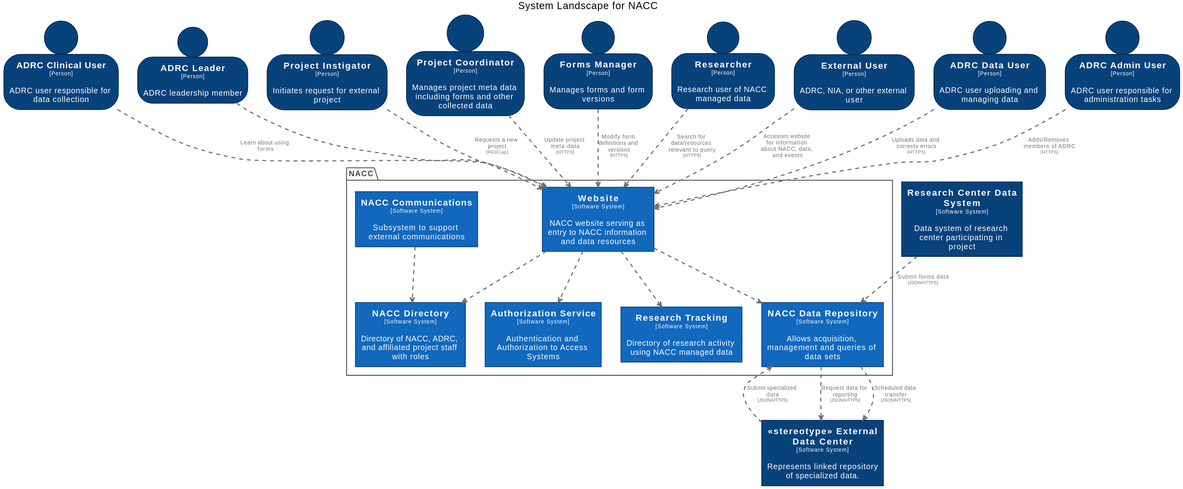
Before: docs/images/structurizr-GeneralizedSystemLandscape.svg, a diagram exported from PlantUML (naccdata/system-design).
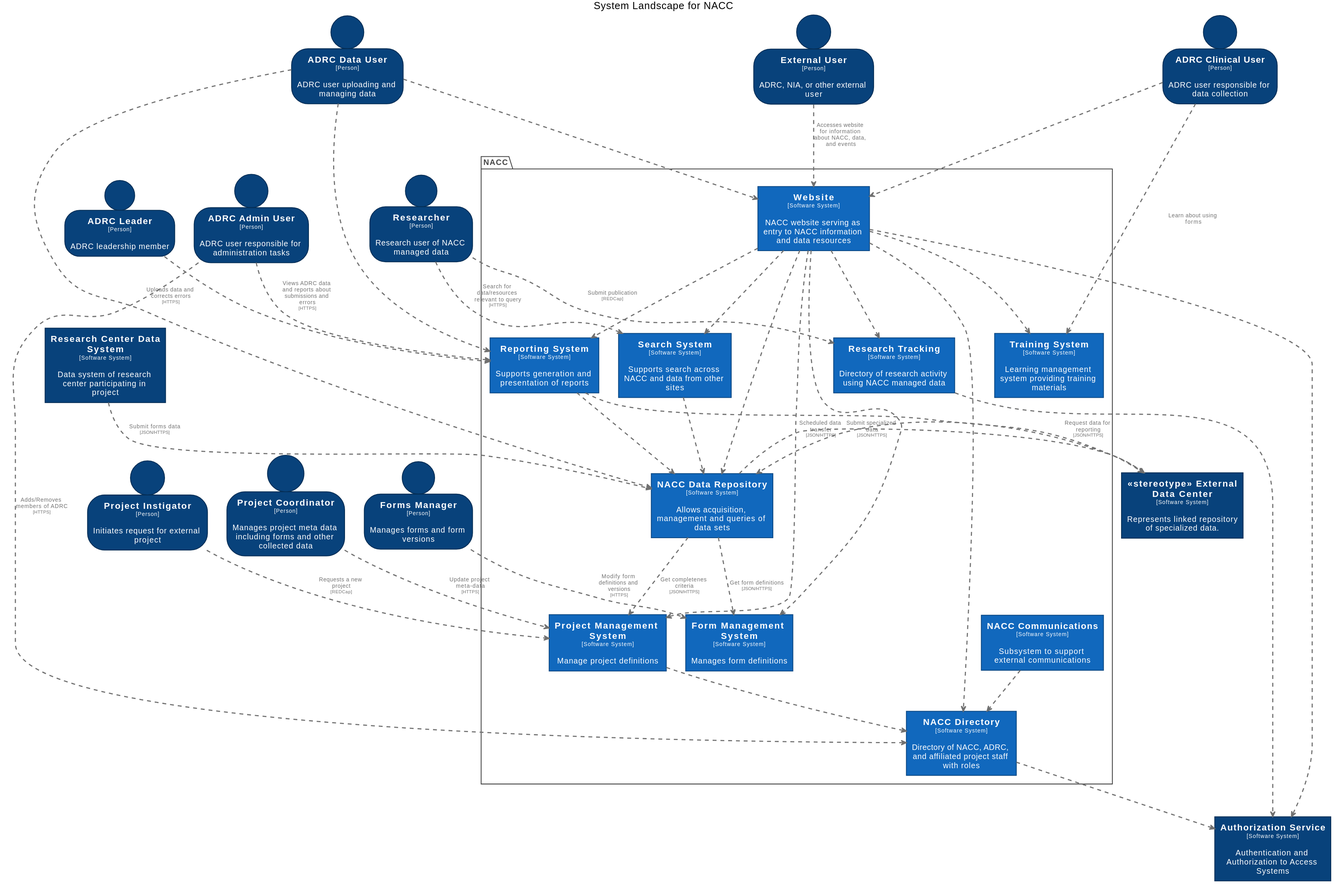
After the change.

What changed in the source:
```diff
@@ -39,14 +39,19 @@
   BorderColor #052e56
 }
 skinparam rectangle<<AuthorizationService>> {
-  BackgroundColor #1168bd
+  BackgroundColor #08427b
   FontColor #ffffff
-  BorderColor #0b4884
+  BorderColor #052e56
 }
 skinparam person<<ExternalUser>> {
   BackgroundColor #08427b
   FontColor #ffffff
   BorderColor #052e56
+}
+skinparam rectangle<<FormManagementSystem>> {
+  BackgroundColor #1168bd
+  FontColor #ffffff
+  BorderColor #0b4884
 }
 skinparam person<<FormsManager>> {
   BackgroundColor #08427b
@@ -78,6 +83,16 @@
   FontColor #ffffff
   BorderColor #052e56
 }
+skinparam rectangle<<ProjectManagementSystem>> {
+  BackgroundColor #1168bd
+  FontColor #ffffff
+  BorderColor #0b4884
+}
+skinparam rectangle<<ReportingSystem>> {
+  BackgroundColor #1168bd
+  FontColor #ffffff
+  BorderColor #0b4884
+}
 skinparam rectangle<<ResearchCenterDataSystem>> {
   BackgroundColor #08427b
   FontColor #ffffff
@@ -93,6 +108,16 @@
   FontColor #ffffff
   BorderColor #052e56
 }
+skinparam rectangle<<SearchSystem>> {
+  BackgroundColor #1168bd
+  FontColor #ffffff
+  BorderColor #0b4884
+}
+skinparam rectangle<<TrainingSystem>> {
+  BackgroundColor #1168bd
+  FontColor #ffffff
+  BorderColor #0b4884
+}
 skinparam rectangle<<Website>> {
   BackgroundColor #1168bd
   FontColor #ffffff
@@ -103,14 +128,22 @@
   skinparam PackageBorderColor<<enterprise>> #444444
   skinparam PackageFontColor<<enterprise>> #444444
 
-  rectangle "==Authorization Service\n<size:10>[Software System]</size>\n\nAuthentication and Authorization to Access Systems" <<AuthorizationService>> as AuthorizationService
+  rectangle "==Project Management System\n<size:10>[Software System]</size>\n\nManage project definitions" <<ProjectManagementSystem>> as ProjectManagementSystem
   rectangle "==NACC Data Repository\n<size:10>[Software System]</size>\n\nAllows acquisition, management and queries of data sets" <<NACCDataRepository>> as NACCDataRepository
   rectangle "==NACC Directory\n<size:10>[Software System]</size>\n\nDirectory of NACC, ADRC, and affiliated project staff with roles" <<NACCDirectory>> as NACCDirectory
+  rectangle "==Search System\n<size:10>[Software System]</size>\n\nSupports search across NACC and data from other sites" <<SearchSystem>> as SearchSystem
+  rectangle "==Form Management System\n<size:10>[Software System]</size>\n\nManages form definitions" <<FormManagementSystem>> as FormManagementSystem
+  rectangle "==Reporting System\n<size:10>[Software System]</size>\n\nSupports generation and presentation of reports" <<ReportingSystem>> as ReportingSystem
   rectangle "==NACC Communications\n<size:10>[Software System]</size>\n\nSubsystem to support external communications" <<NACCCommunications>> as NACCCommunications
   rectangle "==Research Tracking\n<size:10>[Software System]</size>\n\nDirectory of research activity using NACC managed data" <<ResearchTracking>> as ResearchTracking
+  rectangle "==Training System\n<size:10>[Software System]</size>\n\nLearning management system providing training materials" <<TrainingSystem>> as TrainingSystem
   rectangle "==Website\n<size:10>[Software System]</size>\n\nNACC website serving as entry to NACC information and data resources" <<Website>> as Website
 }
 
+rectangle "==Authorization Service\n<size:10>[Software System]</size>\n\nAuthentication and Authorization to Access Systems" <<AuthorizationService>> as AuthorizationService
+person "==External User\n<size:10>[Person]</size>\n\nADRC, NIA, or other external user" <<ExternalUser>> as ExternalUser
+person "==ADRC Data User\n<size:10>[Person]</size>\n\nADRC user uploading and managing data" <<ADRCDataUser>> as ADRCDataUser
+person "==ADRC Admin User\n<size:10>[Person]</size>\n\nADRC user responsible for administration tasks" <<ADRCAdminUser>> as ADRCAdminUser
 person "==ADRC Clinical User\n<size:10>[Person]</size>\n\nADRC user responsible for data collection" <<ADRCClinicalUser>> as ADRCClinicalUser
 person "==ADRC Leader\n<size:10>[Person]</size>\n\nADRC leadership member" <<ADRCLeader>> as ADRCLeader
 person "==Project Instigator\n<size:10>[Person]</size>\n\nInitiates request for external project" <<ProjectInstigator>> as ProjectInstigator
@@ -119,26 +152,40 @@
 person "==Researcher\n<size:10>[Person]</size>\n\nResearch user of NACC managed data" <<Researcher>> as Researcher
 rectangle "==<<stereotype>> External Data Center\n<size:10>[Software System]</size>\n\nRepresents linked repository of specialized data." <<stereotypeExternalDataCenter>> as stereotypeExternalDataCenter
 rectangle "==Research Center Data System\n<size:10>[Software System]</size>\n\nData system of research center participating in project" <<ResearchCenterDataSystem>> as ResearchCenterDataSystem
-person "==External User\n<size:10>[Person]</size>\n\nADRC, NIA, or other external user" <<ExternalUser>> as ExternalUser
-person "==ADRC Data User\n<size:10>[Person]</size>\n\nADRC user uploading and managing data" <<ADRCDataUser>> as ADRCDataUser
-person "==ADRC Admin User\n<size:10>[Person]</size>\n\nADRC user responsible for administration tasks" <<ADRCAdminUser>> as ADRCAdminUser
 
-ADRCClinicalUser .[#707070,thickness=2].> Website : "<color:#707070>Learn about using forms"
-ADRCLeader .[#707070,thickness=2].> Website : "<color:#707070>"
-ProjectInstigator .[#707070,thickness=2].> Website : "<color:#707070>Requests a new project\n<color:#707070><size:8>[REDCap]</size>"
-ProjectCoordinator .[#707070,thickness=2].> Website : "<color:#707070>Update project meta-data\n<color:#707070><size:8>[HTTPS]</size>"
-FormsManager .[#707070,thickness=2].> Website : "<color:#707070>Modify form definitions and versions\n<color:#707070><size:8>[HTTPS]</size>"
-Researcher .[#707070,thickness=2].> Website : "<color:#707070>Search for data/resources relevant to query\n<color:#707070><size:8>[HTTPS]</size>"
+Website .[#707070,thickness=2].> ResearchTracking : "<color:#707070>"
+Website .[#707070,thickness=2].> ReportingSystem : "<color:#707070>"
+Website .[#707070,thickness=2].> SearchSystem : "<color:#707070>"
+Website .[#707070,thickness=2].> NACCDataRepository : "<color:#707070>"
+Website .[#707070,thickness=2].> ProjectManagementSystem : "<color:#707070>"
+Website .[#707070,thickness=2].> FormManagementSystem : "<color:#707070>"
+Website .[#707070,thickness=2].> NACCDirectory : "<color:#707070>"
+ExternalUser .[#707070,thickness=2].> Website : "<color:#707070>Accesses website for information about NACC, data, and events"
+ADRCDataUser .[#707070,thickness=2].> NACCDataRepository : "<color:#707070>Uploads data and corrects errors\n<color:#707070><size:8>[HTTPS]</size>"
+ADRCDataUser .[#707070,thickness=2].> Website : "<color:#707070>"
+ADRCDataUser .[#707070,thickness=2].> ReportingSystem : "<color:#707070>"
+ADRCAdminUser .[#707070,thickness=2].> NACCDirectory : "<color:#707070>Adds/Removes members of ADRC\n<color:#707070><size:8>[HTTPS]</size>"
+ADRCAdminUser .[#707070,thickness=2].> ReportingSystem : "<color:#707070>Views ADRC data and reports about submissions and errors\n<color:#707070><size:8>[HTTPS]</size>"
+ProjectManagementSystem .[#707070,thickness=2].> NACCDirectory : "<color:#707070>"
+ADRCClinicalUser .[#707070,thickness=2].> TrainingSystem : "<color:#707070>Learn about using forms"
+ADRCClinicalUser .[#707070,thickness=2].> Website : "<color:#707070>"
+ADRCLeader .[#707070,thickness=2].> ReportingSystem : "<color:#707070>"
+ProjectInstigator .[#707070,thickness=2].> ProjectManagementSystem : "<color:#707070>Requests a new project\n<color:#707070><size:8>[REDCap]</size>"
+ProjectCoordinator .[#707070,thickness=2].> ProjectManagementSystem : "<color:#707070>Update project meta-data\n<color:#707070><size:8>[HTTPS]</size>"
+FormsManager .[#707070,thickness=2].> FormManagementSystem : "<color:#707070>Modify form definitions and versions\n<color:#707070><size:8>[HTTPS]</size>"
+Researcher .[#707070,thickness=2].> SearchSystem : "<color:#707070>Search for data/resources relevant to query\n<color:#707070><size:8>[HTTPS]</size>"
+Researcher .[#707070,thickness=2].> ResearchTracking : "<color:#707070>Submit publication\n<color:#707070><size:8>[REDCap]</size>"
 stereotypeExternalDataCenter .[#707070,thickness=2].> NACCDataRepository : "<color:#707070>Submit specialized data\n<color:#707070><size:8>[JSON/HTTPS]</size>"
-NACCDataRepository .[#707070,thickness=2].> stereotypeExternalDataCenter : "<color:#707070>Request data for reporting\n<color:#707070><size:8>[JSON/HTTPS]</size>"
+ReportingSystem .[#707070,thickness=2].> stereotypeExternalDataCenter : "<color:#707070>Request data for reporting\n<color:#707070><size:8>[JSON/HTTPS]</size>"
 NACCDataRepository .[#707070,thickness=2].> stereotypeExternalDataCenter : "<color:#707070>Scheduled data transfer\n<color:#707070><size:8>[JSON/HTTPS]</size>"
 ResearchCenterDataSystem .[#707070,thickness=2].> NACCDataRepository : "<color:#707070>Submit forms data\n<color:#707070><size:8>[JSON/HTTPS]</size>"
+NACCDataRepository .[#707070,thickness=2].> FormManagementSystem : "<color:#707070>Get form definitions\n<color:#707070><size:8>[JSON/HTTPS]</size>"
+NACCDataRepository .[#707070,thickness=2].> ProjectManagementSystem : "<color:#707070>Get completenes criteria\n<color:#707070><size:8>[JSON/HTTPS]</size>"
+NACCDirectory .[#707070,thickness=2].> AuthorizationService : "<color:#707070>"
+SearchSystem .[#707070,thickness=2].> NACCDataRepository : "<color:#707070>"
+ReportingSystem .[#707070,thickness=2].> NACCDataRepository : "<color:#707070>"
 NACCCommunications .[#707070,thickness=2].> NACCDirectory : "<color:#707070>"
+ResearchTracking .[#707070,thickness=2].> AuthorizationService : "<color:#707070>"
 Website .[#707070,thickness=2].> AuthorizationService : "<color:#707070>"
-Website .[#707070,thickness=2].> NACCDirectory : "<color:#707070>"
-Website .[#707070,thickness=2].> NACCDataRepository : "<color:#707070>"
-Website .[#707070,thickness=2].> ResearchTracking : "<color:#707070>"
-ExternalUser .[#707070,thickness=2].> Website : "<color:#707070>Accesses website for information about NACC, data, and events"
-ADRCDataUser .[#707070,thickness=2].> Website : "<color:#707070>Uploads data and corrects errors\n<color:#707070><size:8>[HTTPS]</size>"
-ADRCAdminUser .[#707070,thickness=2].> Website : "<color:#707070>Adds/Removes members of ADRC\n<color:#707070><size:8>[HTTPS]</size>"
+Website .[#707070,thickness=2].> TrainingSystem : "<color:#707070>"
 @enduml
```
